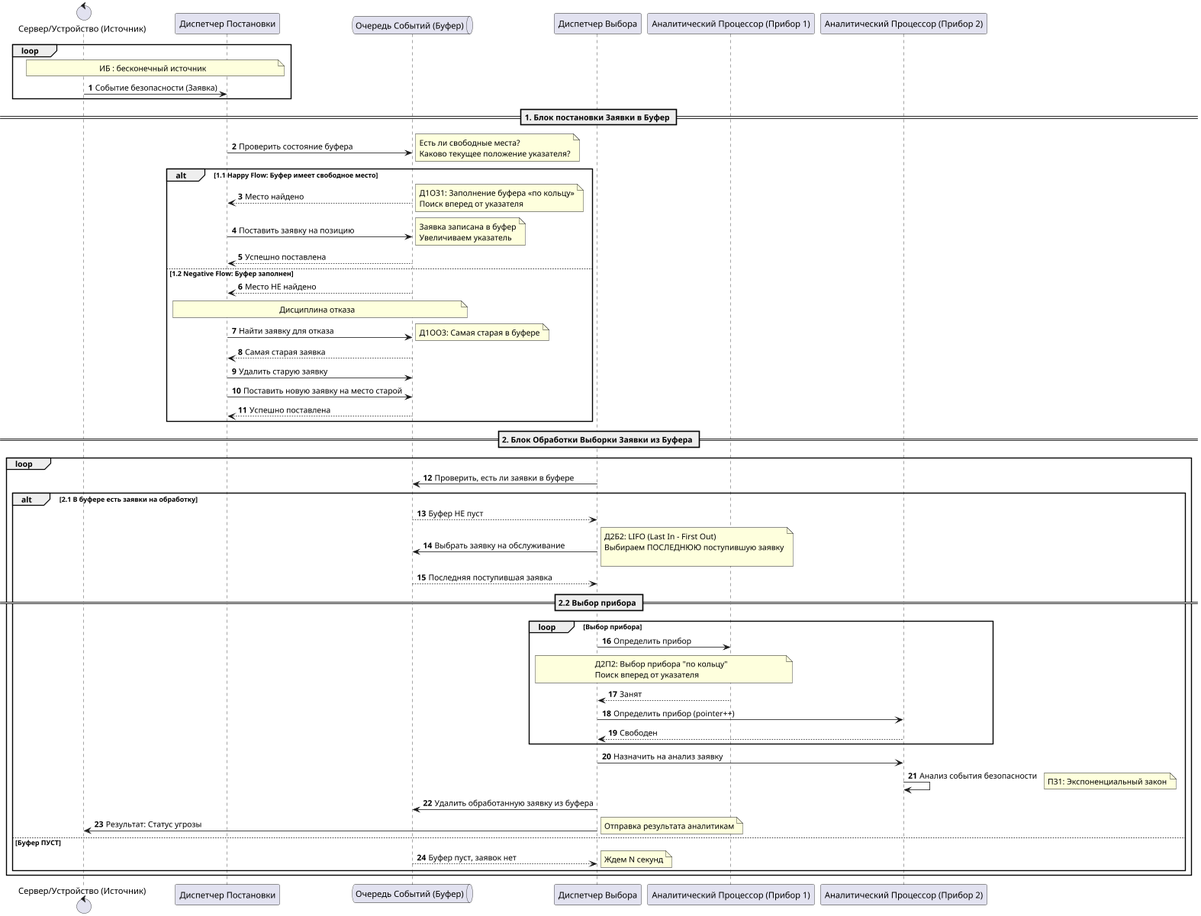
Earlier version of the PlantUML export sequence-diagram.png (titlo10/SIEM).
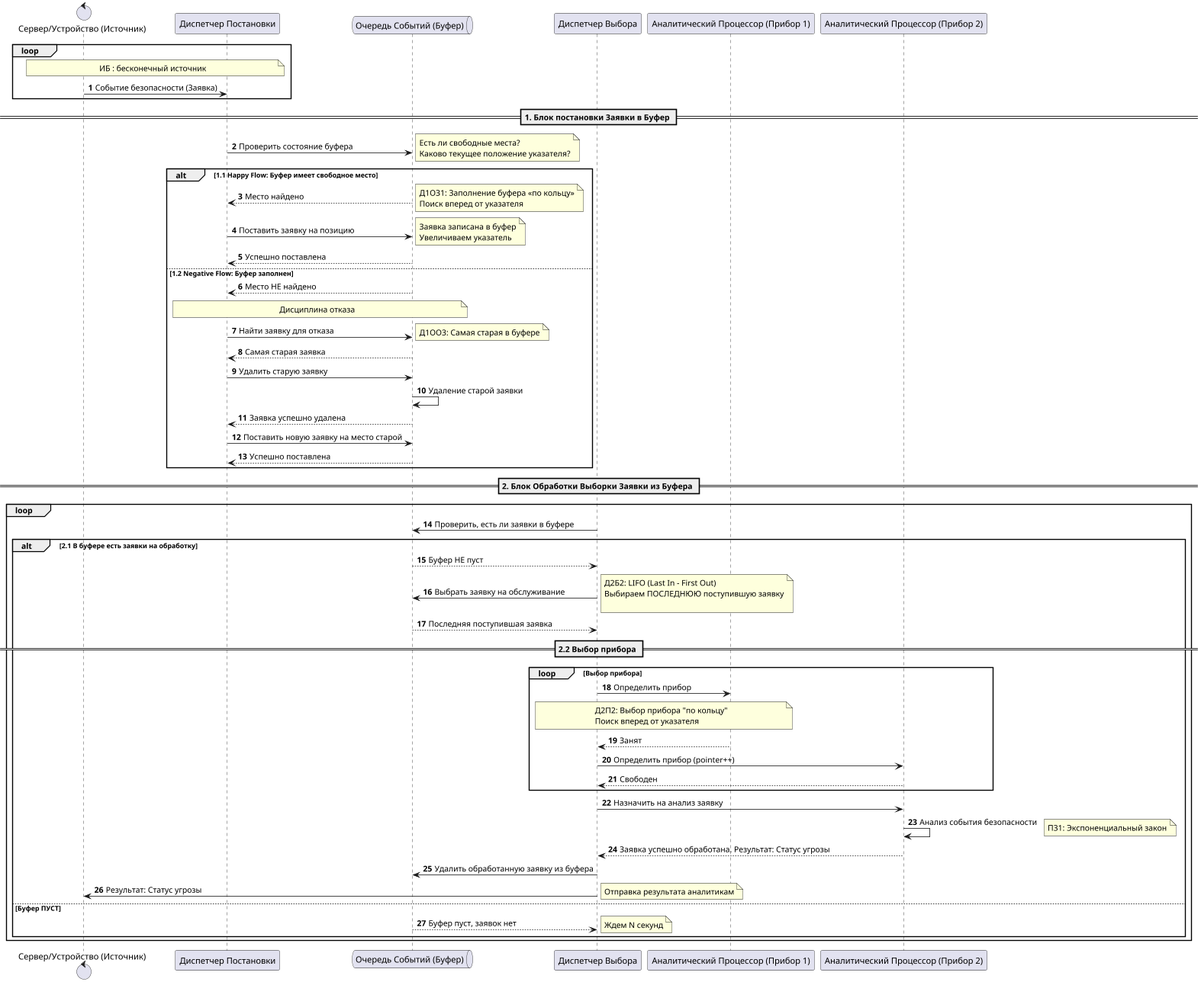
The same file after the commit.

Commit message:
Fixed sequence-diagram

The edit, as a diff of the source:
```diff
@@ -37,6 +37,8 @@
     buffer --> postDisp: Самая старая заявка
 
     postDisp -> buffer: Удалить старую заявку
+    buffer -> buffer: Удаление старой заявки
+    buffer --> postDisp: Заявка успешно удалена
     postDisp -> buffer: Поставить новую заявку на место старой
     buffer --> postDisp: Успешно поставлена
 end
@@ -70,6 +72,7 @@
         processor2 -> processor2: Анализ события безопасности
         note right: П31: Экспоненциальный закон
 
+        processor2 --> selectDisp: Заявка успешно обработана. Результат: Статус угрозы
 
         selectDisp -> buffer: Удалить обработанную заявку из буфера
         selectDisp -> source: Результат: Статус угрозы
```
